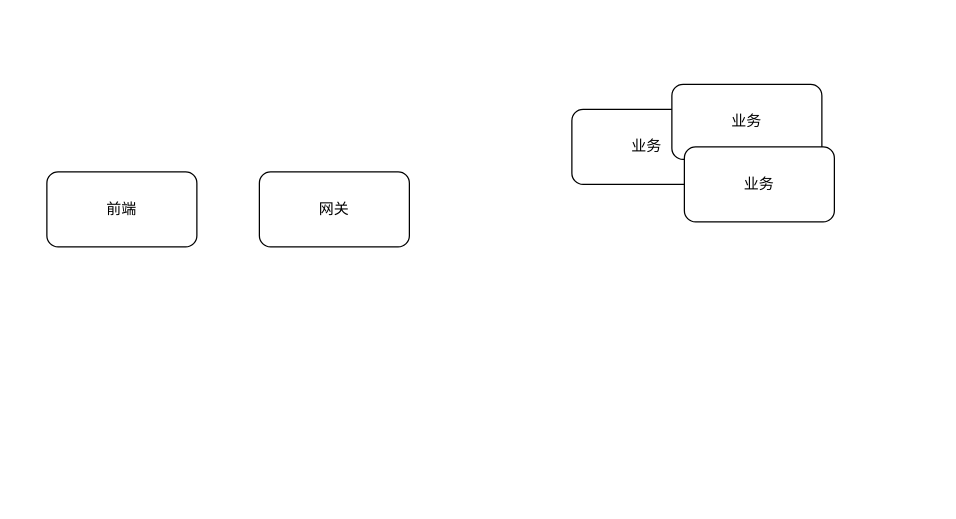
Above: 幂等性处理.drawio in redtomatoL/design (draw.io), before the change. Source tidied: cells renumbered, new cells numbered last; positions are measured from the earlier drawing's top-left corner, leaving out a move shared by most shapes. Both pictures are drawn from the tidied source at 125%, with x=0, y=0 at pixel (46, 84).
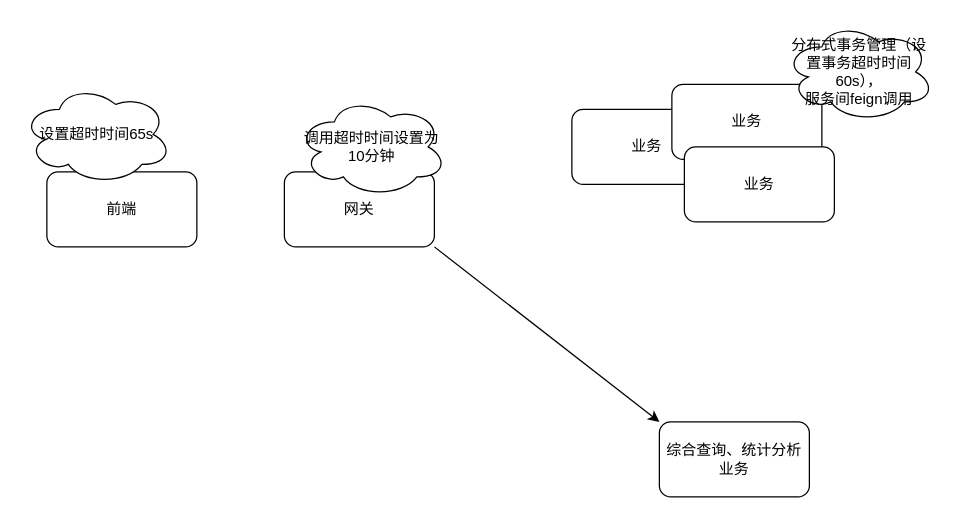
After the change.

Commit message (it also covers changes not shown here):
更新幂等性处理.drawio

Diff of the diagram source:
```diff
@@
 <mxGraphModel>
   <root>
     <mxCell id="0" />
     <mxCell id="1" parent="0" />
     <mxCell id="2" value="前端" style="rounded=1;whiteSpace=wrap;html=1;" parent="1" vertex="1">
       <mxGeometry y="70" width="120" height="60" as="geometry" />
     </mxCell>
+    <mxCell id="7" style="rounded=0;jettySize=auto;html=1;exitX=1;exitY=1;exitDx=0;exitDy=0;entryX=0;entryY=0;entryDx=0;entryDy=0;" parent="1" edge="1" source="3" target="9">
+      <mxGeometry relative="1" as="geometry" />
+    </mxCell>
     <mxCell id="3" value="网关" style="rounded=1;whiteSpace=wrap;html=1;" parent="1" vertex="1">
-      <mxGeometry x="170" y="70" width="120" height="60" as="geometry" />
+      <mxGeometry x="190" y="70" width="120" height="60" as="geometry" />
     </mxCell>
     <mxCell id="4" value="业务" style="rounded=1;whiteSpace=wrap;html=1;" parent="1" vertex="1">
       <mxGeometry x="420" y="20" width="120" height="60" as="geometry" />
     </mxCell>
     <mxCell id="5" value="业务" style="rounded=1;whiteSpace=wrap;html=1;" parent="1" vertex="1">
       <mxGeometry x="500" width="120" height="60" as="geometry" />
     </mxCell>
     <mxCell id="6" value="业务" style="rounded=1;whiteSpace=wrap;html=1;" parent="1" vertex="1">
       <mxGeometry x="510" y="50" width="120" height="60" as="geometry" />
     </mxCell>
+    <mxCell id="8" value="分布式事务管理（设置事务超时时间60s），&lt;br&gt;服务间feign调用" style="ellipse;shape=cloud;whiteSpace=wrap;html=1;" parent="1" vertex="1">
+      <mxGeometry x="590" y="-50" width="120" height="80" as="geometry" />
+    </mxCell>
+    <mxCell id="9" value="综合查询、统计分析业务" style="rounded=1;whiteSpace=wrap;html=1;" parent="1" vertex="1">
+      <mxGeometry x="490" y="270" width="120" height="60" as="geometry" />
+    </mxCell>
+    <mxCell id="10" value="调用超时时间设置为10分钟" style="ellipse;shape=cloud;whiteSpace=wrap;html=1;" parent="1" vertex="1">
+      <mxGeometry x="200" y="10" width="120" height="80" as="geometry" />
+    </mxCell>
+    <mxCell id="11" value="设置超时时间65s" style="ellipse;shape=cloud;whiteSpace=wrap;html=1;" parent="1" vertex="1">
+      <mxGeometry x="-20" width="120" height="80" as="geometry" />
+    </mxCell>
   </root>
 </mxGraphModel>
```
